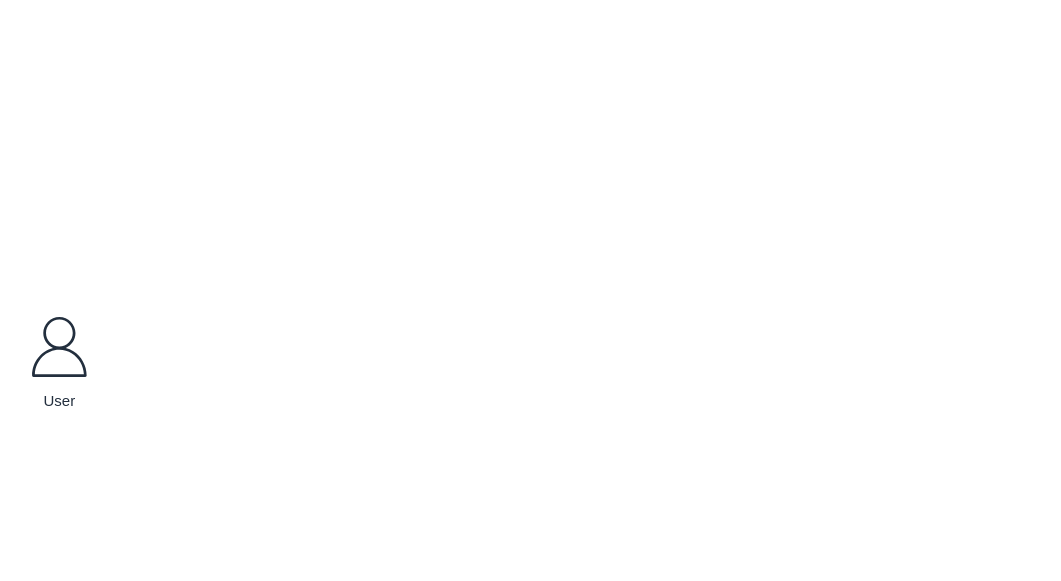
Above: HLD.drawio in akashporia-ucl/Whispers-of-Zephyr (draw.io), before the change. Source tidied: cells renumbered, new cells numbered last; positions are measured from the earlier drawing's top-left corner, leaving out a move shared by most shapes. Both pictures are drawn from the tidied source at 125%, with x=0, y=0 at pixel (21, 309). Pictures stored in the file or linked from it are replaced by grey dashed boxes.
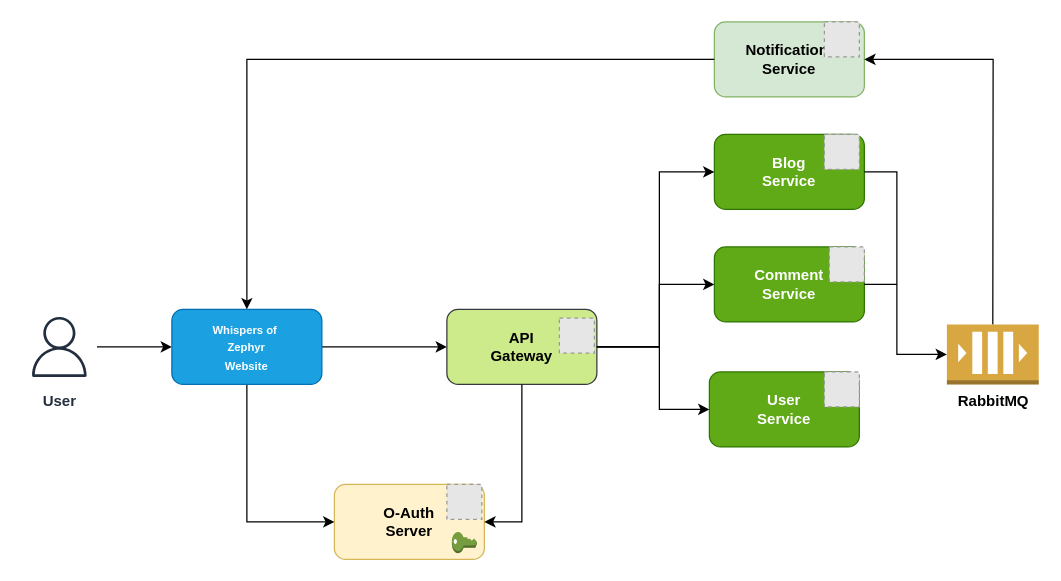
Above is the later version.

Commit message (it also covers changes not shown here):
Basic setup of notification servic

What changed in the source:
```diff
@@
+    <mxCell id="3" style="edgeStyle=orthogonalEdgeStyle;rounded=0;jettySize=auto;html=1;" parent="1" edge="1" source="2" target="23">
+      <mxGeometry relative="1" as="geometry" />
+    </mxCell>
-    <mxCell id="2" value="User" style="sketch=0;outlineConnect=0;fontColor=#232F3E;gradientColor=none;strokeColor=#232F3E;fillColor=#ffffff;dashed=0;verticalLabelPosition=bottom;verticalAlign=top;align=center;html=1;fontSize=12;fontStyle=0;shape=mxgraph.aws4.resourceIcon;resIcon=mxgraph.aws4.user;" parent="1" vertex="1">
+    <mxCell id="2" value="&lt;b&gt;User&lt;/b&gt;" style="sketch=0;outlineConnect=0;fontColor=#232F3E;gradientColor=none;strokeColor=#232F3E;fillColor=#ffffff;dashed=0;verticalLabelPosition=bottom;verticalAlign=top;align=center;html=1;fontSize=12;fontStyle=0;shape=mxgraph.aws4.resourceIcon;resIcon=mxgraph.aws4.user;" parent="1" vertex="1">
       <mxGeometry width="60" height="60" as="geometry" />
     </mxCell>
+    <mxCell id="4" value="&lt;b&gt;API&lt;br&gt;Gateway&lt;/b&gt;" style="rounded=1;whiteSpace=wrap;html=1;fillColor=#cdeb8b;strokeColor=#36393d;" parent="1" vertex="1">
+      <mxGeometry x="340" width="120" height="60" as="geometry" />
+    </mxCell>
+    <mxCell id="5" style="fillColor=#E6E6E6;strokeColor=#999999;dashed=1;html=1;verticalAlign=top;verticalLabelPosition=bottom;labelBackgroundColor=#ffffff;" parent="1" vertex="1">
+      <mxGeometry x="430" y="7" width="28" height="28" as="geometry" />
+    </mxCell>
+    <mxCell id="6" value="&lt;b&gt;O-Auth&lt;br&gt;Server&lt;/b&gt;" style="rounded=1;whiteSpace=wrap;html=1;fillColor=#fff2cc;strokeColor=#d6b656;" parent="1" vertex="1">
+      <mxGeometry x="250" y="140" width="120" height="60" as="geometry" />
+    </mxCell>
+    <mxCell id="7" style="endArrow=classic;html=1;rounded=0;exitX=0.5;exitY=1;exitDx=0;exitDy=0;entryX=0;entryY=0.5;entryDx=0;entryDy=0;" parent="1" edge="1" source="23" target="6">
+      <mxGeometry relative="1" as="geometry">
+        <Array as="points">
+          <mxPoint x="180" y="170" />
+          <mxPoint x="194" y="170" />
+        </Array>
+      </mxGeometry>
+    </mxCell>
+    <mxCell id="8" style="endArrow=classic;html=1;rounded=0;exitX=0.5;exitY=1;exitDx=0;exitDy=0;entryX=1;entryY=0.5;entryDx=0;entryDy=0;" parent="1" edge="1" source="4" target="6">
+      <mxGeometry relative="1" as="geometry">
+        <Array as="points">
+          <mxPoint x="400" y="170" />
+        </Array>
+      </mxGeometry>
+    </mxCell>
+    <mxCell id="9" style="fillColor=#E6E6E6;strokeColor=#999999;dashed=1;html=1;verticalAlign=top;verticalLabelPosition=bottom;labelBackgroundColor=#ffffff;" parent="1" vertex="1">
+      <mxGeometry x="340" y="140" width="28" height="28" as="geometry" />
+    </mxCell>
+    <mxCell id="10" value="&lt;b&gt;Blog&lt;br&gt;Service&lt;/b&gt;" style="rounded=1;whiteSpace=wrap;html=1;fillColor=#60a917;strokeColor=#2D7600;fontColor=#ffffff;" parent="1" vertex="1">
+      <mxGeometry x="554" y="-140" width="120" height="60" as="geometry" />
+    </mxCell>
+    <mxCell id="11" value="&lt;b&gt;Comment&lt;br&gt;Service&lt;/b&gt;" style="rounded=1;whiteSpace=wrap;html=1;fillColor=#60a917;strokeColor=#2D7600;fontColor=#ffffff;" parent="1" vertex="1">
+      <mxGeometry x="554" y="-50" width="120" height="60" as="geometry" />
+    </mxCell>
+    <mxCell id="12" value="&lt;b&gt;User&lt;br&gt;Service&lt;/b&gt;" style="rounded=1;whiteSpace=wrap;html=1;fillColor=#60a917;strokeColor=#2D7600;fontColor=#ffffff;" parent="1" vertex="1">
+      <mxGeometry x="550" y="50" width="120" height="60" as="geometry" />
+    </mxCell>
+    <mxCell id="13" style="fillColor=#E6E6E6;strokeColor=#999999;dashed=1;html=1;verticalAlign=top;verticalLabelPosition=bottom;labelBackgroundColor=#ffffff;" parent="1" vertex="1">
+      <mxGeometry x="642" y="50" width="28" height="28" as="geometry" />
+    </mxCell>
+    <mxCell id="14" style="fillColor=#E6E6E6;strokeColor=#999999;dashed=1;html=1;verticalAlign=top;verticalLabelPosition=bottom;labelBackgroundColor=#ffffff;" parent="1" vertex="1">
+      <mxGeometry x="642" y="-140" width="28" height="28" as="geometry" />
+    </mxCell>
+    <mxCell id="15" style="fillColor=#E6E6E6;strokeColor=#999999;dashed=1;html=1;verticalAlign=top;verticalLabelPosition=bottom;labelBackgroundColor=#ffffff;" parent="1" vertex="1">
+      <mxGeometry x="646" y="-50" width="28" height="28" as="geometry" />
+    </mxCell>
+    <mxCell id="16" value="&lt;b&gt;Notification&amp;nbsp;&lt;br&gt;Service&lt;/b&gt;" style="rounded=1;whiteSpace=wrap;html=1;fillColor=#d5e8d4;strokeColor=#82b366;" parent="1" vertex="1">
+      <mxGeometry x="554" y="-230" width="120" height="60" as="geometry" />
+    </mxCell>
+    <mxCell id="17" style="fillColor=#E6E6E6;strokeColor=#999999;dashed=1;html=1;verticalAlign=top;verticalLabelPosition=bottom;labelBackgroundColor=#ffffff;" parent="1" vertex="1">
+      <mxGeometry x="642" y="-230" width="28" height="28" as="geometry" />
+    </mxCell>
+    <mxCell id="18" style="endArrow=classic;html=1;rounded=0;exitX=1;exitY=0.5;exitDx=0;exitDy=0;entryX=0;entryY=0.5;entryDx=0;entryDy=0;" parent="1" edge="1" source="4" target="12">
+      <mxGeometry relative="1" as="geometry">
+        <Array as="points">
+          <mxPoint x="510" y="30" />
+          <mxPoint x="510" y="80" />
+        </Array>
+      </mxGeometry>
+    </mxCell>
+    <mxCell id="19" style="endArrow=classic;html=1;rounded=0;exitX=1;exitY=0.5;exitDx=0;exitDy=0;entryX=0;entryY=0.5;entryDx=0;entryDy=0;" parent="1" edge="1" source="4" target="11">
+      <mxGeometry relative="1" as="geometry">
+        <Array as="points">
+          <mxPoint x="510" y="30" />
+          <mxPoint x="510" y="-20" />
+        </Array>
+      </mxGeometry>
+    </mxCell>
+    <mxCell id="20" style="endArrow=classic;html=1;rounded=0;entryX=0;entryY=0.5;entryDx=0;entryDy=0;exitX=1;exitY=0.5;exitDx=0;exitDy=0;" parent="1" edge="1" source="4" target="10">
+      <mxGeometry relative="1" as="geometry">
+        <Array as="points">
+          <mxPoint x="510" y="30" />
+          <mxPoint x="510" y="-110" />
+        </Array>
+      </mxGeometry>
+    </mxCell>
+    <mxCell id="21" value="&lt;b&gt;RabbitMQ&lt;/b&gt;" style="outlineConnect=0;dashed=0;verticalLabelPosition=bottom;verticalAlign=top;align=center;html=1;shape=mxgraph.aws3.queue;fillColor=#D9A741;gradientColor=none;" parent="1" vertex="1">
+      <mxGeometry x="740" y="12" width="73.5" height="48" as="geometry" />
+    </mxCell>
+    <mxCell id="22" style="edgeStyle=orthogonalEdgeStyle;rounded=0;jettySize=auto;html=1;" parent="1" edge="1" source="23" target="4">
+      <mxGeometry relative="1" as="geometry" />
+    </mxCell>
+    <mxCell id="23" value="&lt;font style=&quot;font-size: 9px;&quot;&gt;&lt;b&gt;Whispers of&amp;nbsp;&lt;/b&gt;&lt;/font&gt;&lt;div&gt;&lt;font style=&quot;font-size: 9px;&quot;&gt;&lt;b&gt;Zephyr&lt;br&gt;Website&lt;/b&gt;&lt;/font&gt;&lt;/div&gt;" style="rounded=1;whiteSpace=wrap;html=1;fillColor=#1ba1e2;strokeColor=#006EAF;fontColor=#ffffff;" parent="1" vertex="1">
+      <mxGeometry x="120" width="120" height="60" as="geometry" />
+    </mxCell>
+    <mxCell id="24" style="dashed=0;verticalLabelPosition=bottom;verticalAlign=top;align=center;html=1;shape=mxgraph.aws3.add_on;fillColor=#759C3E;gradientColor=none;" parent="1" vertex="1">
+      <mxGeometry x="344" y="178" width="20" height="17" as="geometry" />
+    </mxCell>
+    <mxCell id="25" style="endArrow=classic;html=1;rounded=0;entryX=1;entryY=0.5;entryDx=0;entryDy=0;exitX=0.5;exitY=0;exitDx=0;exitDy=0;exitPerimeter=0;" parent="1" edge="1" source="21" target="16">
+      <mxGeometry relative="1" as="geometry">
+        <Array as="points">
+          <mxPoint x="777" y="-200" />
+        </Array>
+      </mxGeometry>
+    </mxCell>
+    <mxCell id="26" style="endArrow=classic;html=1;rounded=0;entryX=0;entryY=0.5;entryDx=0;entryDy=0;entryPerimeter=0;exitX=1;exitY=0.5;exitDx=0;exitDy=0;" parent="1" edge="1" source="10" target="21">
+      <mxGeometry relative="1" as="geometry">
+        <Array as="points">
+          <mxPoint x="700" y="-110" />
+          <mxPoint x="700" y="36" />
+        </Array>
+      </mxGeometry>
+    </mxCell>
+    <mxCell id="27" style="endArrow=none;html=1;rounded=0;exitX=1;exitY=0.5;exitDx=0;exitDy=0;" parent="1" edge="1" source="11">
+      <mxGeometry relative="1" as="geometry">
+        <mxPoint x="700" y="-20" as="targetPoint" />
+      </mxGeometry>
+    </mxCell>
+    <mxCell id="28" style="endArrow=classic;html=1;rounded=0;entryX=0.5;entryY=0;entryDx=0;entryDy=0;exitX=0;exitY=0.5;exitDx=0;exitDy=0;" parent="1" edge="1" source="16" target="23">
+      <mxGeometry relative="1" as="geometry">
+        <Array as="points">
+          <mxPoint x="180" y="-200" />
+        </Array>
+      </mxGeometry>
+    </mxCell>
```
